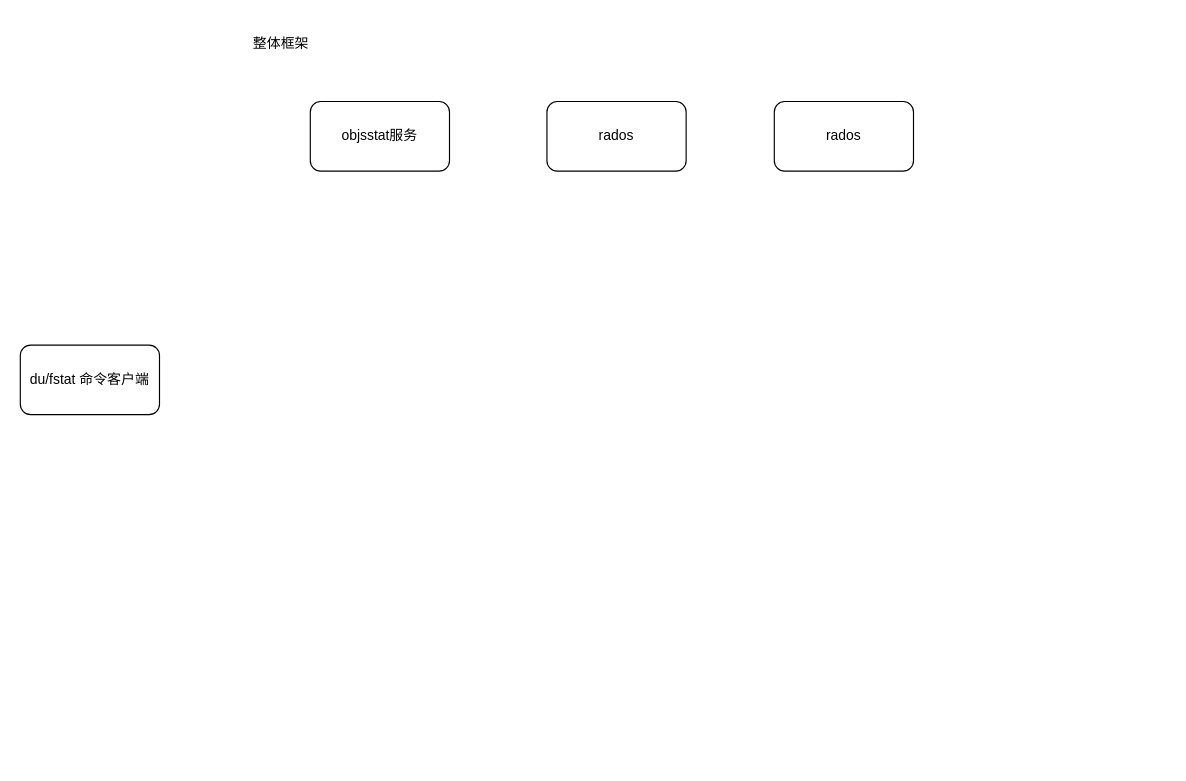
WeddySong/ceph keeps this draw.io diagram as doc/cephfs/xishu.drawio. Above is the earlier version. Source tidied: cells renumbered, new cells numbered last; positions are measured from the earlier drawing's top-left corner, leaving out a move shared by most shapes. Both pictures are drawn from the tidied source at 116%, with x=0, y=0 at pixel (20, 20).
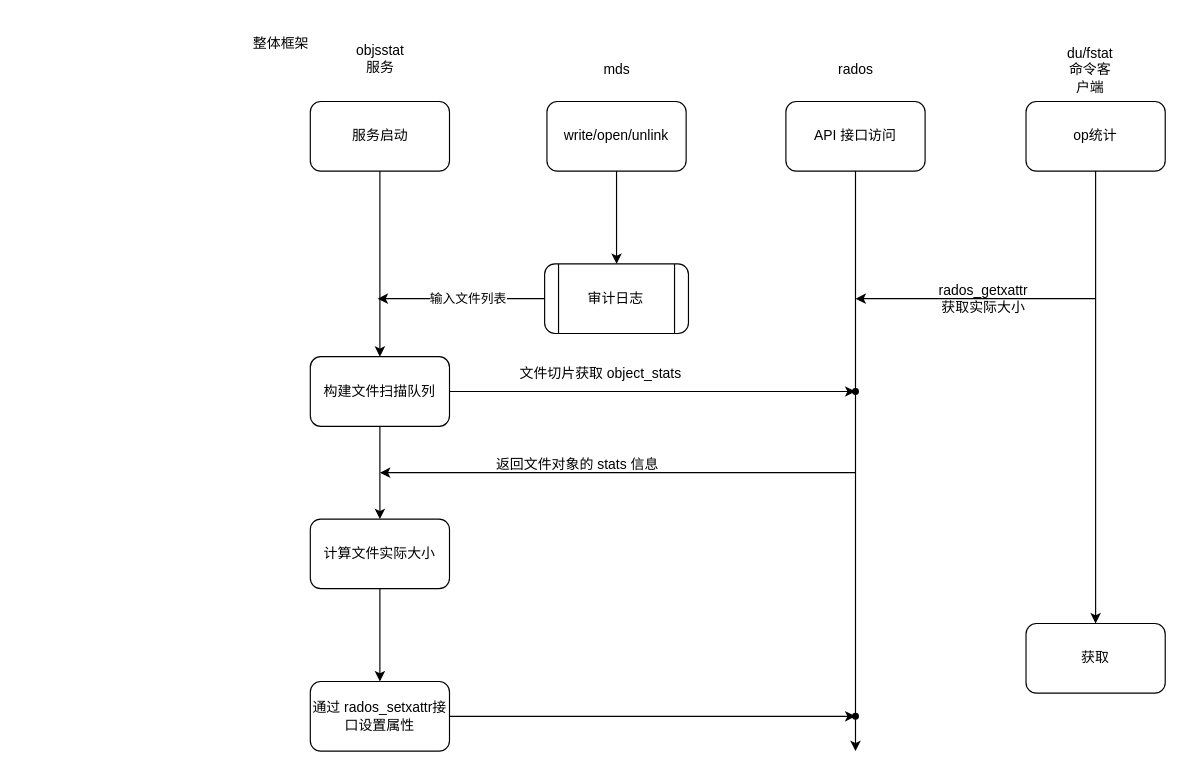
Above is the later version.

The edit, as a diff of the source:
```diff
@@
+    <mxCell id="7" style="edgeStyle=orthogonalEdgeStyle;rounded=0;jettySize=auto;html=1;" parent="1" edge="1" source="2" target="27">
+      <mxGeometry relative="1" as="geometry" />
+    </mxCell>
-    <mxCell id="2" value="du/fstat 命令客户端" style="rounded=1;whiteSpace=wrap;html=1;" parent="1" vertex="1">
-      <mxGeometry y="280" width="120" height="60" as="geometry" />
+    <mxCell id="2" value="op统计" style="rounded=1;whiteSpace=wrap;html=1;" parent="1" vertex="1">
+      <mxGeometry x="867" y="70" width="120" height="60" as="geometry" />
     </mxCell>
@@
+    <mxCell id="8" style="edgeStyle=orthogonalEdgeStyle;rounded=0;jettySize=auto;html=1;" parent="1" edge="1" source="4">
+      <mxGeometry relative="1" as="geometry">
+        <mxPoint x="720" y="630" as="targetPoint" />
+      </mxGeometry>
+    </mxCell>
-    <mxCell id="4" value="rados" style="rounded=1;whiteSpace=wrap;html=1;" parent="1" vertex="1">
-      <mxGeometry x="454" y="70" width="120" height="60" as="geometry" />
+    <mxCell id="4" value="API 接口访问" style="rounded=1;whiteSpace=wrap;html=1;" parent="1" vertex="1">
+      <mxGeometry x="660" y="70" width="120" height="60" as="geometry" />
     </mxCell>
+    <mxCell id="9" style="edgeStyle=orthogonalEdgeStyle;rounded=0;jettySize=auto;html=1;" parent="1" edge="1" source="5" target="13">
+      <mxGeometry relative="1" as="geometry" />
+    </mxCell>
-    <mxCell id="5" value="rados" style="rounded=1;whiteSpace=wrap;html=1;" parent="1" vertex="1">
-      <mxGeometry x="650" y="70" width="120" height="60" as="geometry" />
+    <mxCell id="5" value="write/open/unlink" style="rounded=1;whiteSpace=wrap;html=1;" parent="1" vertex="1">
+      <mxGeometry x="454" y="70" width="120" height="60" as="geometry" />
     </mxCell>
+    <mxCell id="10" style="edgeStyle=orthogonalEdgeStyle;rounded=0;jettySize=auto;html=1;" parent="1" edge="1" source="6" target="16">
+      <mxGeometry relative="1" as="geometry" />
+    </mxCell>
-    <mxCell id="6" value="objsstat服务" style="rounded=1;whiteSpace=wrap;html=1;" parent="1" vertex="1">
+    <mxCell id="6" style="rounded=1;whiteSpace=wrap;html=1;" parent="1" vertex="1">
       <mxGeometry x="250" y="70" width="120" height="60" as="geometry" />
     </mxCell>
+    <mxCell id="11" style="edgeStyle=orthogonalEdgeStyle;rounded=0;jettySize=auto;html=1;" parent="1" edge="1" source="13">
+      <mxGeometry relative="1" as="geometry">
+        <mxPoint x="308" y="240" as="targetPoint" />
+      </mxGeometry>
+    </mxCell>
+    <mxCell id="12" value="输入文件列表" style="edgeLabel;html=1;align=center;verticalAlign=middle;" parent="11" vertex="1">
+      <mxGeometry x="-0.07" y="-1" relative="1" as="geometry" />
+    </mxCell>
+    <mxCell id="13" value="审计日志" style="shape=process;whiteSpace=wrap;html=1;backgroundOutline=1;rounded=1;" parent="1" vertex="1">
+      <mxGeometry x="452" y="210" width="124" height="60" as="geometry" />
+    </mxCell>
+    <mxCell id="14" style="edgeStyle=orthogonalEdgeStyle;rounded=0;jettySize=auto;html=1;" parent="1" edge="1" source="16" target="18">
+      <mxGeometry relative="1" as="geometry" />
+    </mxCell>
+    <mxCell id="15" style="edgeStyle=orthogonalEdgeStyle;rounded=0;jettySize=auto;html=1;" parent="1" edge="1" source="16" target="21">
+      <mxGeometry relative="1" as="geometry" />
+    </mxCell>
+    <mxCell id="16" value="构建文件扫描队列" style="whiteSpace=wrap;html=1;rounded=1;" parent="1" vertex="1">
+      <mxGeometry x="250" y="290" width="120" height="60" as="geometry" />
+    </mxCell>
+    <mxCell id="17" value="服务启动" style="text;html=1;align=center;verticalAlign=middle;strokeColor=none;fillColor=none;" parent="1" vertex="1">
+      <mxGeometry x="275" y="85" width="70" height="30" as="geometry" />
+    </mxCell>
+    <mxCell id="18" style="shape=waypoint;sketch=0;size=6;points=[];fillColor=default;perimeter=centerPerimeter;snapToPoint=1;rounded=1;" parent="1" vertex="1">
+      <mxGeometry x="710" y="310" width="20" height="20" as="geometry" />
+    </mxCell>
+    <mxCell id="19" value="文件切片获取 object_stats" style="text;html=1;align=center;verticalAlign=middle;strokeColor=none;fillColor=none;" parent="1" vertex="1">
+      <mxGeometry x="420" y="290" width="160" height="30" as="geometry" />
+    </mxCell>
+    <mxCell id="20" style="edgeStyle=orthogonalEdgeStyle;rounded=0;jettySize=auto;html=1;" parent="1" edge="1" source="21" target="25">
+      <mxGeometry relative="1" as="geometry" />
+    </mxCell>
+    <mxCell id="21" value="计算文件实际大小" style="whiteSpace=wrap;html=1;rounded=1;" parent="1" vertex="1">
+      <mxGeometry x="250" y="430" width="120" height="60" as="geometry" />
+    </mxCell>
+    <mxCell id="22" style="endArrow=classic;html=1;rounded=0;" parent="1" edge="1">
+      <mxGeometry relative="1" as="geometry">
+        <mxPoint x="720" y="390" as="sourcePoint" />
+        <mxPoint x="310" y="390" as="targetPoint" />
+      </mxGeometry>
+    </mxCell>
+    <mxCell id="23" value="返回文件对象的 stats 信息" style="text;html=1;align=center;verticalAlign=middle;strokeColor=none;fillColor=none;" parent="1" vertex="1">
+      <mxGeometry x="400" y="368" width="160" height="30" as="geometry" />
+    </mxCell>
+    <mxCell id="24" style="edgeStyle=orthogonalEdgeStyle;rounded=0;jettySize=auto;html=1;" parent="1" edge="1" source="25" target="26">
+      <mxGeometry relative="1" as="geometry" />
+    </mxCell>
+    <mxCell id="25" value="通过 rados_setxattr接口设置属性" style="whiteSpace=wrap;html=1;rounded=1;" parent="1" vertex="1">
+      <mxGeometry x="250" y="570" width="120" height="60" as="geometry" />
+    </mxCell>
+    <mxCell id="26" style="shape=waypoint;sketch=0;size=6;points=[];fillColor=default;perimeter=centerPerimeter;snapToPoint=1;rounded=1;" parent="1" vertex="1">
+      <mxGeometry x="710" y="590" width="20" height="20" as="geometry" />
+    </mxCell>
+    <mxCell id="27" value="获取" style="whiteSpace=wrap;html=1;rounded=1;" parent="1" vertex="1">
+      <mxGeometry x="867" y="520" width="120" height="60" as="geometry" />
+    </mxCell>
+    <mxCell id="28" value="&lt;span style=&quot;text-wrap-mode: wrap;&quot;&gt;objsstat服务&lt;/span&gt;" style="text;html=1;align=center;verticalAlign=middle;strokeColor=none;fillColor=none;" parent="1" vertex="1">
+      <mxGeometry x="265" y="18" width="90" height="30" as="geometry" />
+    </mxCell>
+    <mxCell id="29" value="&lt;span style=&quot;text-wrap-mode: wrap;&quot;&gt;mds&lt;/span&gt;" style="text;html=1;align=center;verticalAlign=middle;strokeColor=none;fillColor=none;" parent="1" vertex="1">
+      <mxGeometry x="489" y="28" width="50" height="30" as="geometry" />
+    </mxCell>
+    <mxCell id="30" value="&lt;span style=&quot;text-wrap-mode: wrap;&quot;&gt;rados&lt;/span&gt;" style="text;html=1;align=center;verticalAlign=middle;strokeColor=none;fillColor=none;" parent="1" vertex="1">
+      <mxGeometry x="695" y="28" width="50" height="30" as="geometry" />
+    </mxCell>
+    <mxCell id="31" value="&lt;span style=&quot;text-wrap-mode: wrap;&quot;&gt;du/fstat命令客户端&lt;/span&gt;" style="text;html=1;align=center;verticalAlign=middle;strokeColor=none;fillColor=none;" parent="1" vertex="1">
+      <mxGeometry x="862" y="28" width="120" height="30" as="geometry" />
+    </mxCell>
+    <mxCell id="32" style="endArrow=classic;html=1;rounded=0;" parent="1" edge="1">
+      <mxGeometry relative="1" as="geometry">
+        <mxPoint x="927" y="240" as="sourcePoint" />
+        <mxPoint x="720" y="240" as="targetPoint" />
+      </mxGeometry>
+    </mxCell>
+    <mxCell id="33" value="&lt;span style=&quot;text-wrap-mode: wrap;&quot;&gt;rados_getxattr&lt;br&gt;获取实际大小&lt;/span&gt;" style="text;html=1;align=center;verticalAlign=middle;strokeColor=none;fillColor=none;" parent="1" vertex="1">
+      <mxGeometry x="780" y="220" width="100" height="40" as="geometry" />
+    </mxCell>
```
